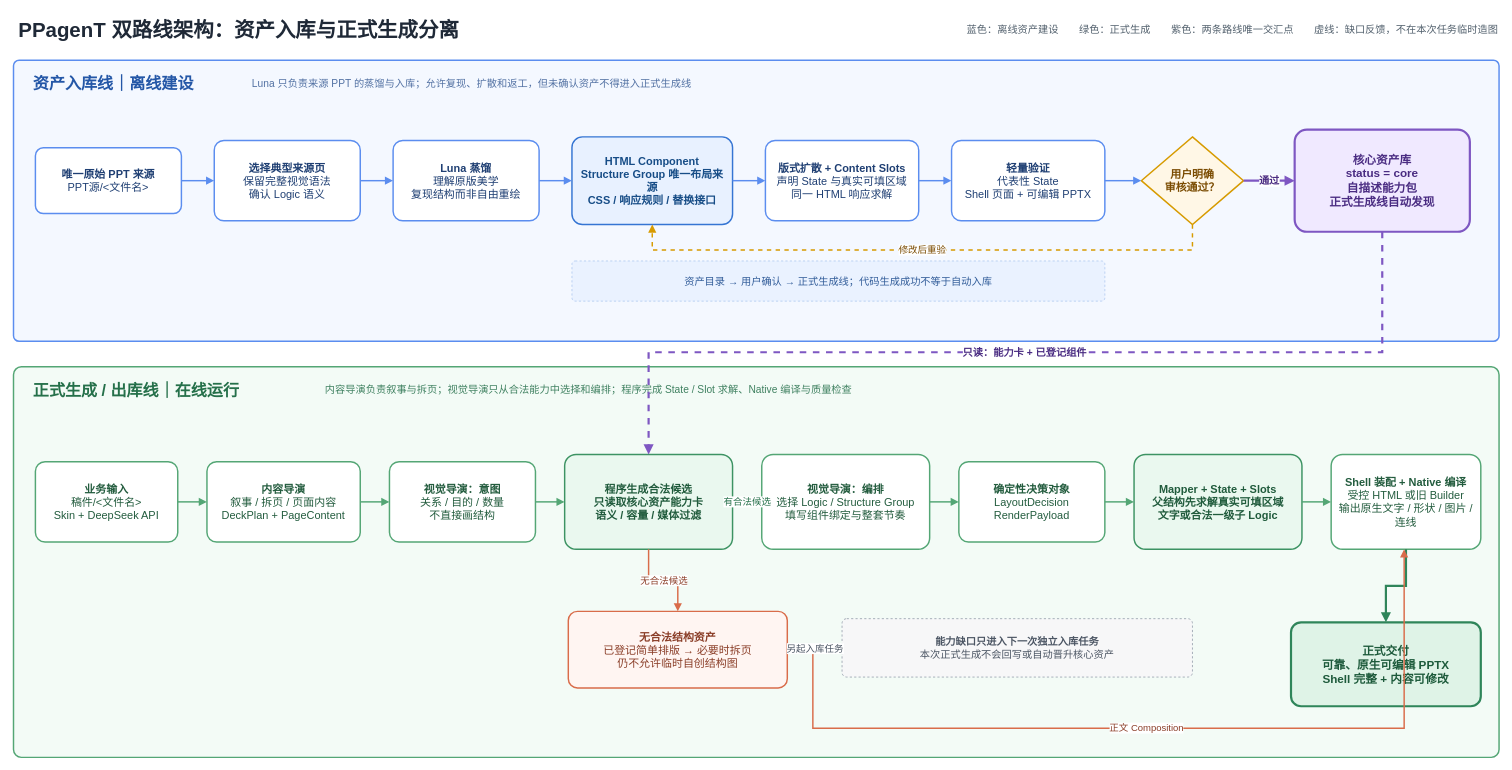
The draw.io diagram docs/架构/PPagenT-资产入库线与正式生成线.drawio in NEUwpy/PPagenT, before the edit. Source tidied: cells renumbered, new cells numbered last; positions are measured from the earlier drawing's top-left corner, leaving out a move shared by most shapes. Both pictures are drawn from the tidied source at 73%, with x=0, y=0 at pixel (13, 12).
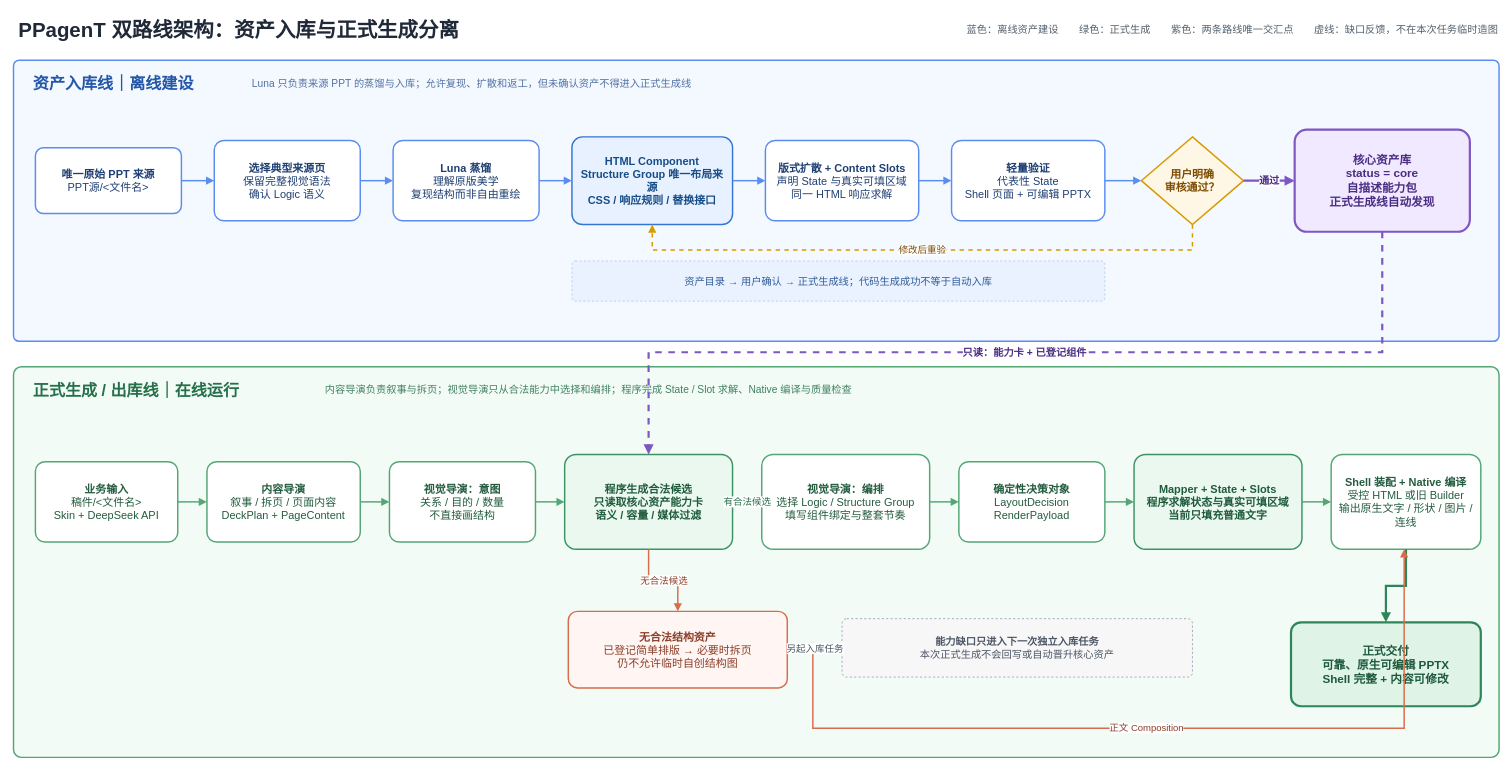
After the change.

Diff of the diagram source:
```diff
@@
-    <mxCell id="33" value="&lt;b&gt;Mapper + State + Slots&lt;/b&gt;&lt;br&gt;父结构先求解真实可填区域&lt;br&gt;文字或合法一级子 Logic" style="rounded=1;whiteSpace=wrap;html=1;arcSize=12;fillColor=#EAF8EF;strokeColor=#3D9363;strokeWidth=2;fontSize=15;fontStyle=1;fontColor=#205B3C;spacing=8;" parent="1" vertex="1">
+    <mxCell id="33" value="&lt;b&gt;Mapper + State + Slots&lt;/b&gt;&lt;br&gt;程序求解状态与真实可填区域&lt;br&gt;当前只填充普通文字" style="rounded=1;whiteSpace=wrap;html=1;arcSize=12;fillColor=#EAF8EF;strokeColor=#3D9363;strokeWidth=2;fontSize=15;fontStyle=1;fontColor=#205B3C;spacing=8;" parent="1" vertex="1">
       <mxGeometry x="1535" y="605" width="230" height="130" as="geometry" />
     </mxCell>
```
